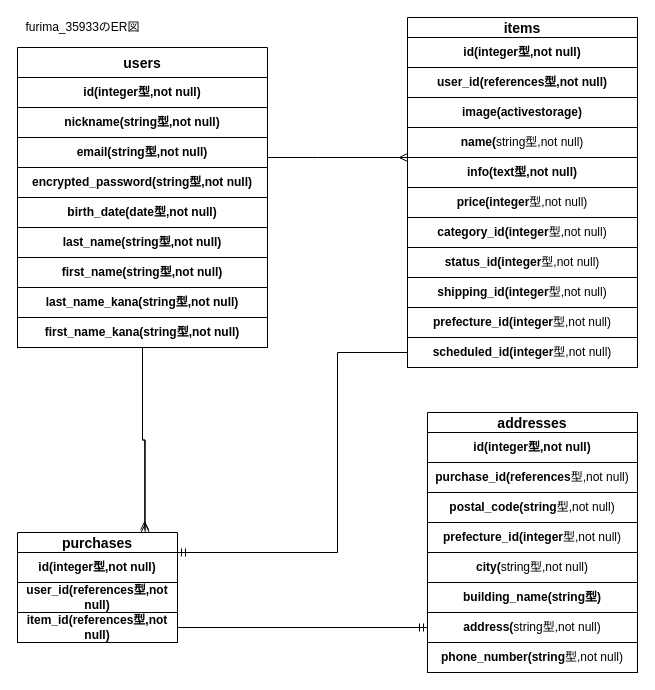
Above: test.dio in tubuyakisyun/furima-35933 (draw.io), before the change. Source tidied: cells renumbered, new cells numbered last; positions are measured from the earlier drawing's top-left corner, leaving out a move shared by most shapes. Both pictures are drawn from the tidied source at 100%, with x=0, y=0 at pixel (17, 17).
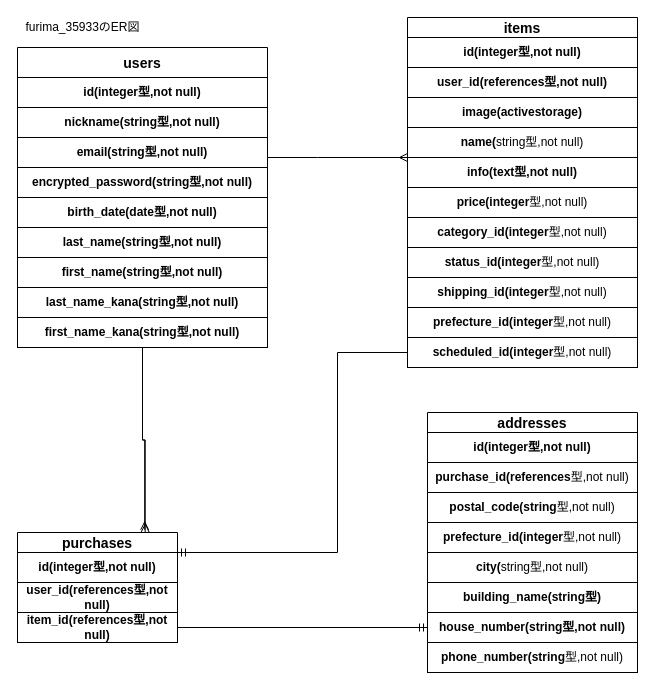
The same diagram, later.

Commit message (it also covers changes not shown here):
カラム名を変更

Change to the diagram source:
```diff
@@
-    <mxCell id="35" value="address(&lt;span style=&quot;font-weight: 400&quot;&gt;string型,not null)&lt;/span&gt;" style="whiteSpace=wrap;html=1;rounded=0;shadow=0;align=center;fontStyle=1;" parent="1" vertex="1">
+    <mxCell id="35" value="house_number(string型,not null)" style="whiteSpace=wrap;html=1;rounded=0;shadow=0;align=center;fontStyle=1;" parent="1" vertex="1">
       <mxGeometry x="410" y="595" width="210" height="30" as="geometry" />
     </mxCell>
```
